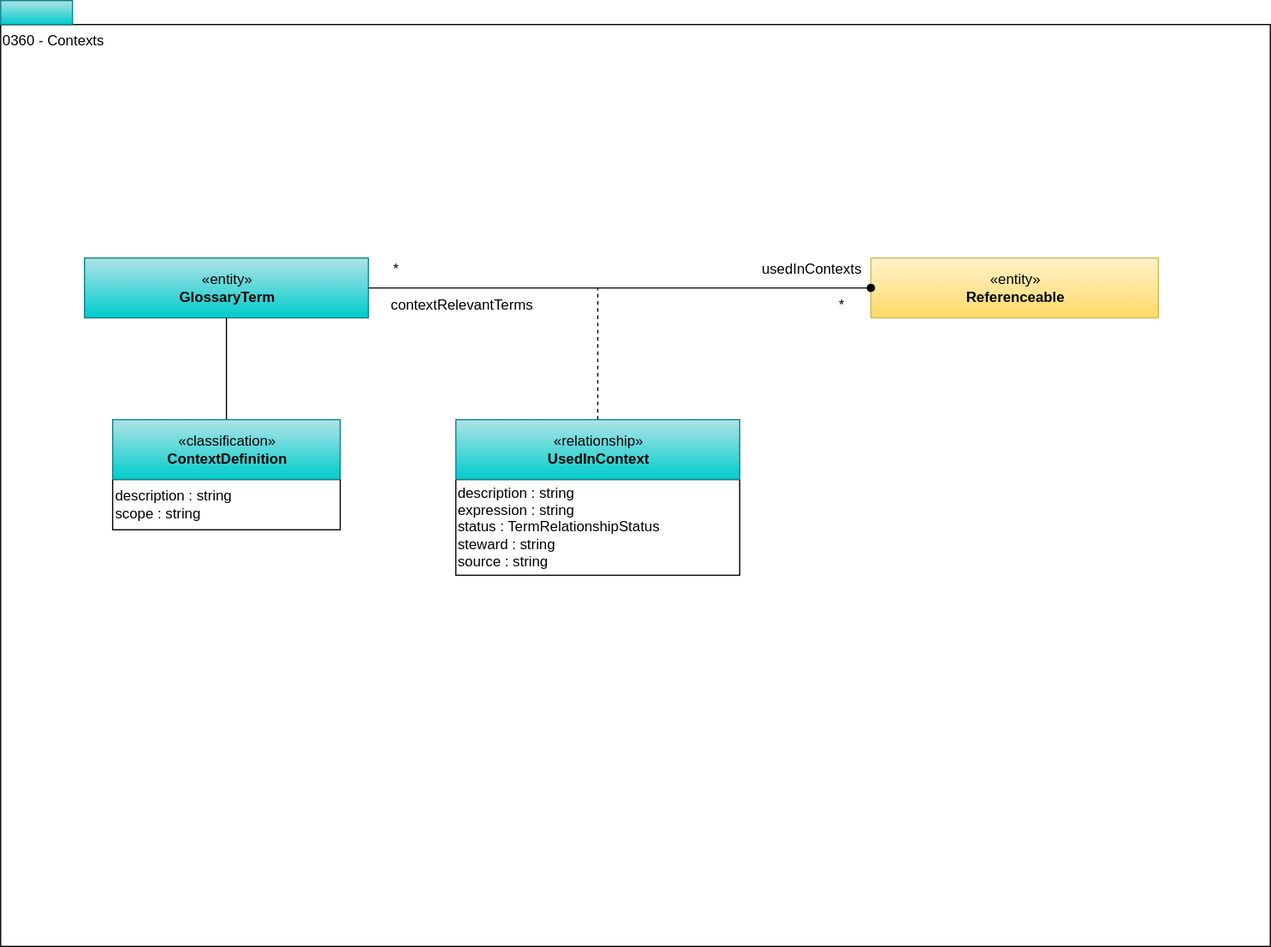
odpi/egeria-docs keeps this draw.io diagram as site/docs/types/3/0360-Contexts.svg. Above is the earlier version. Source tidied: cells renumbered, new cells last; positions are measured from the earlier drawing's top-left corner, leaving out a move shared by most shapes.
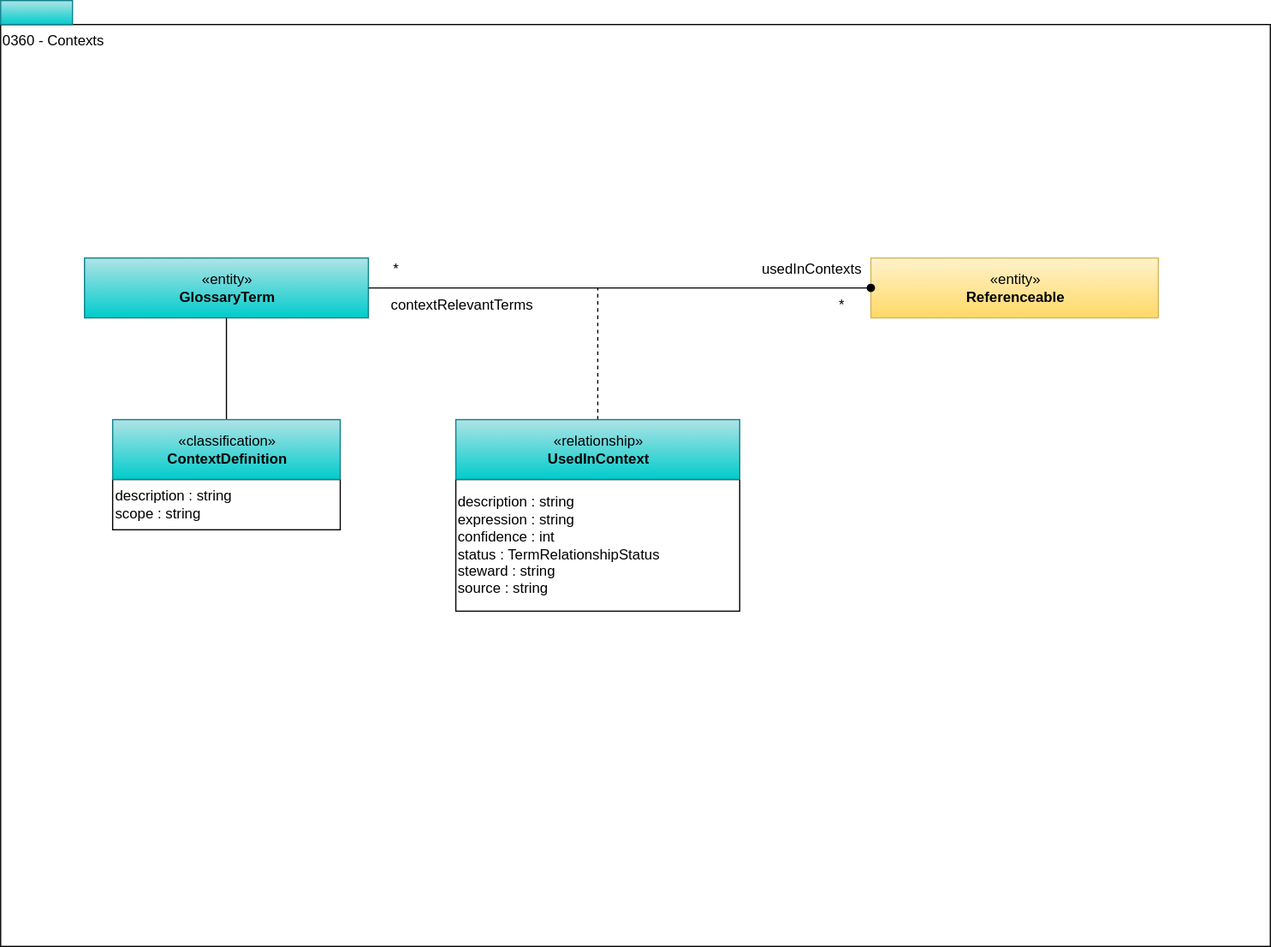
The same file after the commit.

Diff of the diagram source:
```diff
@@ -8,8 +8,8 @@
     <mxCell id="3" style="rounded=0;whiteSpace=wrap;html=1;align=left;fillColor=#b0e3e6;strokeColor=#0e8088;gradientColor=#00CCCC;" parent="1" vertex="1">
       <mxGeometry width="60" height="20" as="geometry" />
     </mxCell>
-    <mxCell id="4" value="description : string&lt;br&gt;expression : string&lt;br&gt;status : TermRelationshipStatus&lt;br&gt;steward : string&lt;br&gt;source : string" style="rounded=0;whiteSpace=wrap;html=1;strokeColor=#000000;gradientColor=#ffffff;align=left;" parent="1" vertex="1">
-      <mxGeometry x="380" y="400" width="237" height="80" as="geometry" />
+    <mxCell id="4" value="description : string&lt;br&gt;expression : string&lt;div&gt;confidence : int&lt;br&gt;status : TermRelationshipStatus&lt;br&gt;steward : string&lt;br&gt;source : string&lt;/div&gt;" style="rounded=0;whiteSpace=wrap;html=1;strokeColor=#000000;gradientColor=#ffffff;align=left;" parent="1" vertex="1">
+      <mxGeometry x="380" y="400" width="237" height="110" as="geometry" />
     </mxCell>
     <mxCell id="5" style="edgeStyle=orthogonalEdgeStyle;rounded=0;jettySize=auto;html=1;endArrow=none;endFill=0;dashed=1;" parent="1" edge="1" source="6">
       <mxGeometry relative="1" as="geometry">
```
